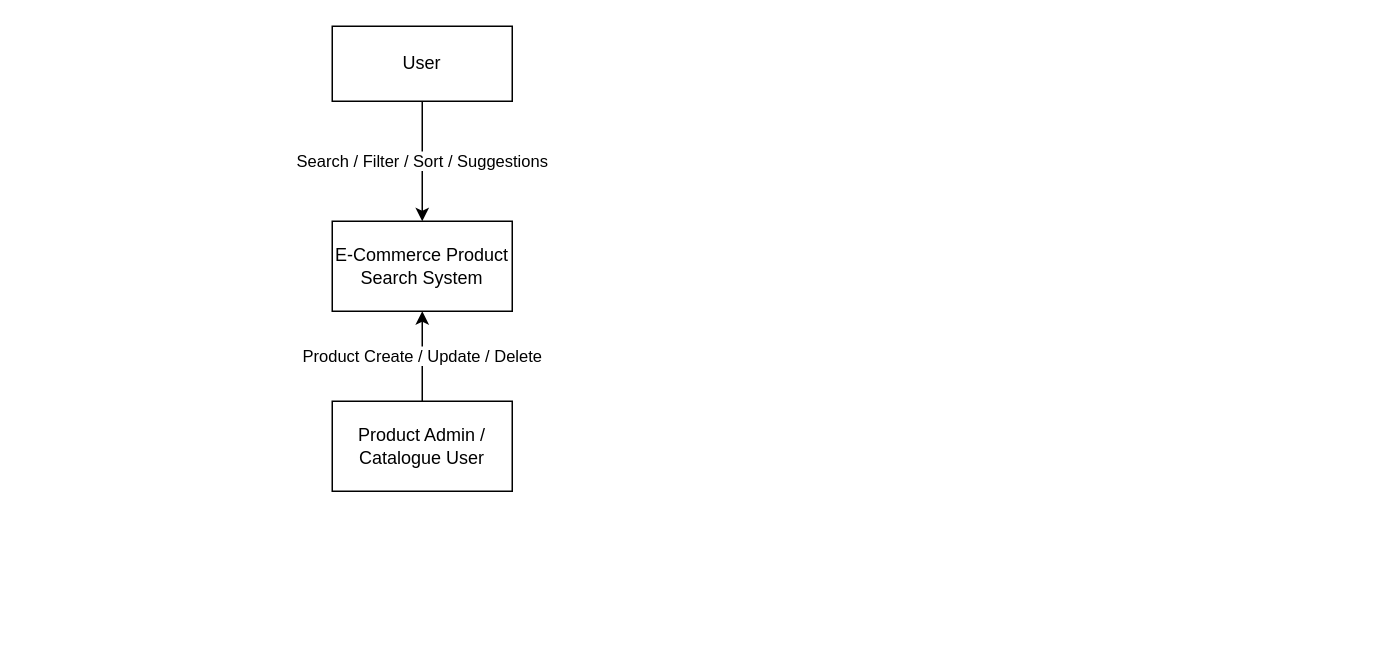
Before: diagrams/context/system-context.drawio in anusha8280/ecommerce-product-search, a draw.io diagram. Source tidied: cells renumbered, new cells numbered last; positions are measured from the earlier drawing's top-left corner, leaving out a move shared by most shapes. Both pictures are drawn from the tidied source at 150%, with x=0, y=0 at pixel (332, 26).
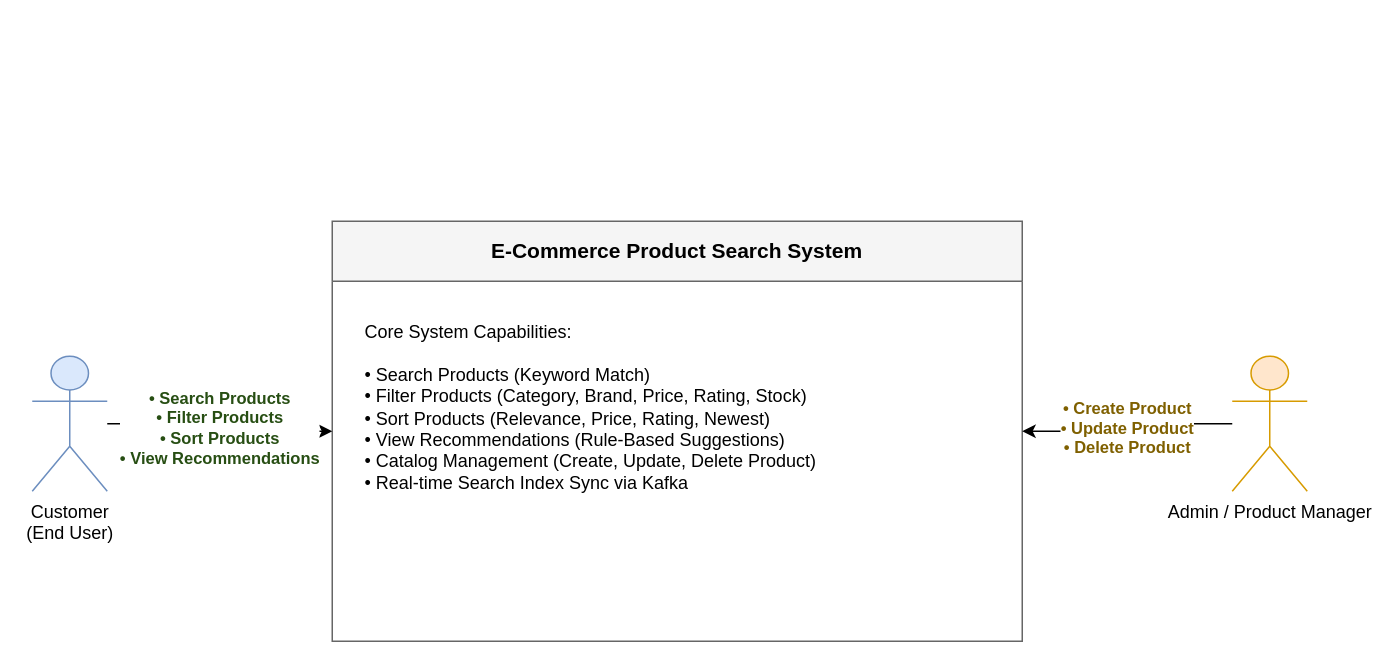
The same page after the edit.

Diff of the diagram source:
```diff
@@
 <mxGraphModel>
   <root>
     <mxCell id="0" />
     <mxCell id="1" parent="0" />
+    <mxCell id="7" value="Customer&#10;(End User)" style="shape=umlActor;verticalLabelPosition=bottom;verticalAlign=top;html=1;outlineConnect=0;fillColor=#dae8fc;strokeColor=#6c8ebf;" parent="1" vertex="1">
+      <mxGeometry x="-200" y="220" width="50" height="90" as="geometry" />
+    </mxCell>
-    <mxCell id="2" value="E-Commerce Product Search System" style="rounded=0;whiteSpace=wrap;html=1;" parent="1" vertex="1">
-      <mxGeometry y="130" width="120" height="60" as="geometry" />
+    <mxCell id="2" value="E-Commerce Product Search System" style="shape=swimlane;whiteSpace=wrap;html=1;startSize=40;fillColor=#f5f5f5;strokeColor=#666666;fontStyle=1;fontSize=14;horizontal=1;" parent="1" vertex="1">
+      <mxGeometry y="130" width="460" height="280" as="geometry" />
     </mxCell>
-    <mxCell id="3" value="Search / Filter / Sort / Suggestions" style="edgeStyle=orthogonalEdgeStyle;rounded=0;jettySize=auto;html=1;entryX=0.5;entryY=0;entryDx=0;entryDy=0;" parent="1" edge="1" source="4" target="2">
-      <mxGeometry relative="1" as="geometry" />
-    </mxCell>
-    <mxCell id="4" value="User" style="rounded=0;whiteSpace=wrap;html=1;" parent="1" vertex="1">
-      <mxGeometry width="120" height="50" as="geometry" />
-    </mxCell>
-    <mxCell id="5" value="Product Create / Update / Delete" style="edgeStyle=orthogonalEdgeStyle;rounded=0;jettySize=auto;html=1;entryX=0.5;entryY=1;entryDx=0;entryDy=0;" parent="1" edge="1" source="6" target="2">
-      <mxGeometry relative="1" as="geometry" />
-    </mxCell>
-    <mxCell id="6" value="Product Admin / Catalogue User" style="rounded=0;whiteSpace=wrap;html=1;" parent="1" vertex="1">
-      <mxGeometry y="250" width="120" height="60" as="geometry" />
-    </mxCell>
+    <mxCell id="8" value="Core System Capabilities:&#10;&#10;• Search Products (Keyword Match)&#10;• Filter Products (Category, Brand, Price, Rating, Stock)&#10;• Sort Products (Relevance, Price, Rating, Newest)&#10;• View Recommendations (Rule-Based Suggestions)&#10;• Catalog Management (Create, Update, Delete Product)&#10;• Real-time Search Index Sync via Kafka" style="text;html=1;strokeColor=none;fillColor=none;align=left;verticalAlign=top;whiteSpace=wrap;rounded=0;fontSize=12;spacingLeft=20;spacingTop=20;" parent="2" vertex="1">
+      <mxGeometry y="40" width="460" height="240" as="geometry" />
+    </mxCell>
+    <mxCell id="9" value="Admin / Product Manager" style="shape=umlActor;verticalLabelPosition=bottom;verticalAlign=top;html=1;outlineConnect=0;fillColor=#ffe6cc;strokeColor=#d79b00;" parent="1" vertex="1">
+      <mxGeometry x="600" y="220" width="50" height="90" as="geometry" />
+    </mxCell>
+    <mxCell id="10" value="• Search Products&#10;• Filter Products&#10;• Sort Products&#10;• View Recommendations" style="edgeStyle=orthogonalEdgeStyle;rounded=0;jettySize=auto;html=1;fontStyle=1;fontColor=#274e13;" parent="1" edge="1" source="7" target="2">
+      <mxGeometry relative="1" as="geometry" />
+    </mxCell>
+    <mxCell id="11" value="• Create Product&#10;• Update Product&#10;• Delete Product" style="edgeStyle=orthogonalEdgeStyle;rounded=0;jettySize=auto;html=1;fontStyle=1;fontColor=#7f6000;" parent="1" edge="1" source="9" target="2">
+      <mxGeometry relative="1" as="geometry" />
+    </mxCell>
   </root>
 </mxGraphModel>
```
